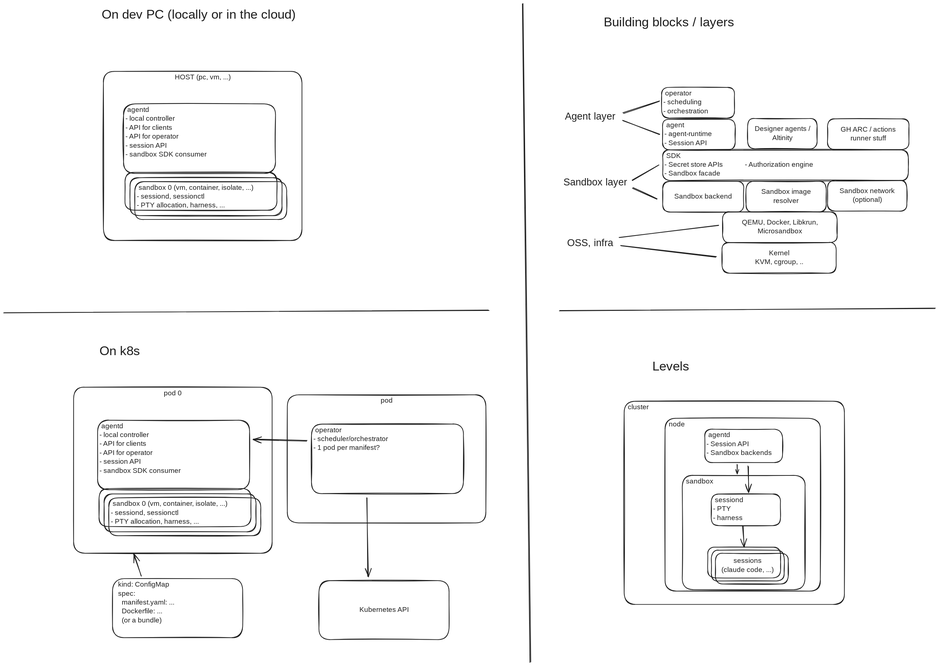
Altinn/altinn-studio keeps this Excalidraw diagram as src/experimental/high-level.excalidraw.svg. Above is the earlier version. Source tidied: one line per element, renumbered; positions are measured from the earlier drawing's top-left corner, leaving out a move shared by most shapes.
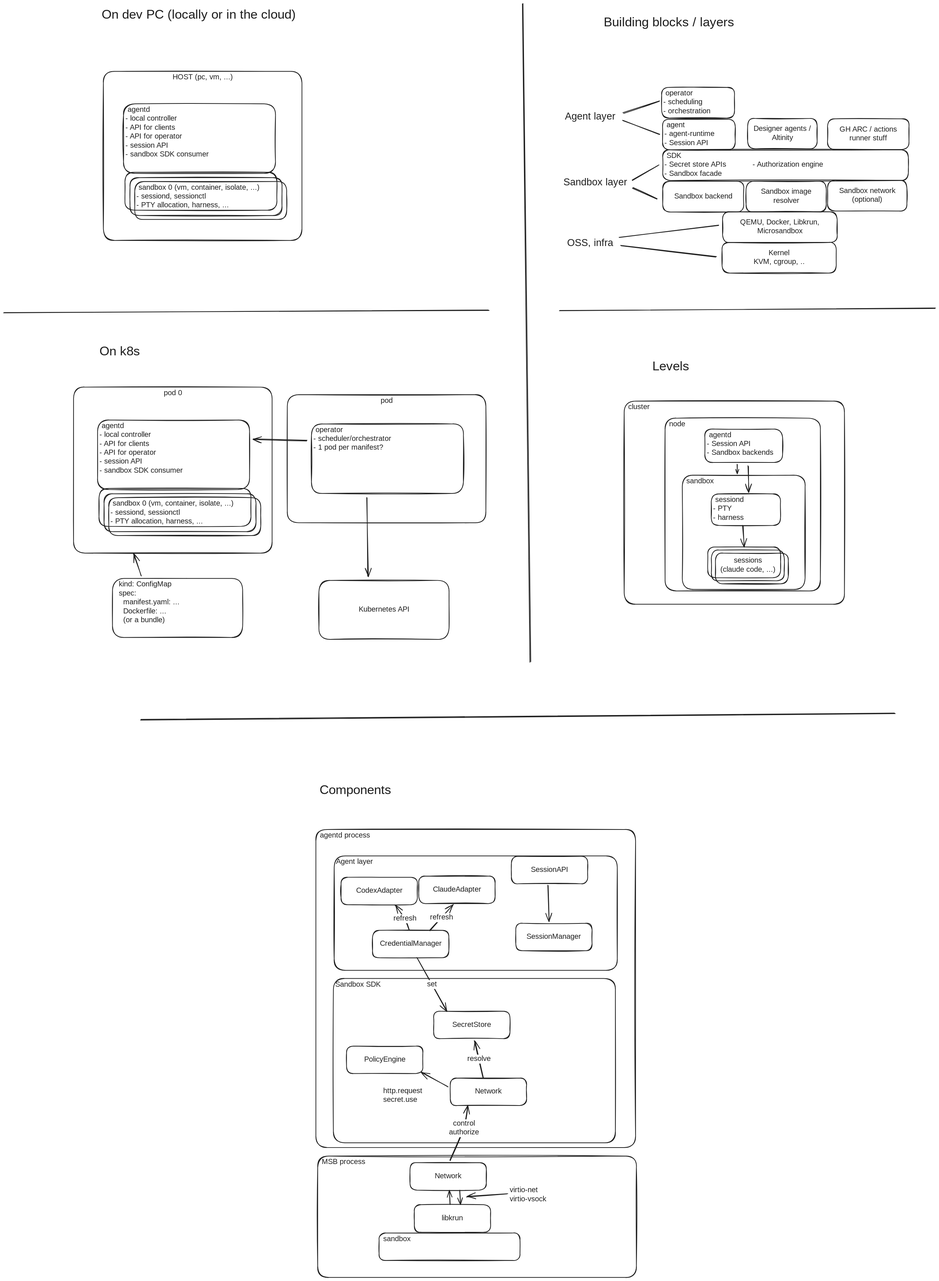
The same diagram one commit later.

Commit message:
chore(docs): more agent platform/sandbox docs

What changed in the source:
```diff
@@ -1,3 +1,5 @@
+{"id": 80, "type": "rectangle", "strokeColor": "#1e1e1e", "strokeWidth": 2, "roughness": 1, "round": true, "x": 875, "y": 2316, "width": 897, "height": 892}
+{"id": 81, "type": "text", "text": " agentd process", "strokeColor": "#1e1e1e", "strokeWidth": 2, "roughness": 1, "fontSize": 20, "fontFamily": 5, "inside": 80, "x": 880, "y": 2321, "width": 157, "height": 25}
 {"id": 0, "type": "rectangle", "strokeColor": "#1e1e1e", "strokeWidth": 2, "roughness": 1, "round": true, "x": 1740, "y": 1114, "width": 618, "height": 570}
 {"id": 1, "type": "text", "text": " cluster", "strokeColor": "#1e1e1e", "strokeWidth": 2, "roughness": 1, "fontSize": 20, "fontFamily": 5, "inside": 0, "x": 1745, "y": 1119, "width": 74, "height": 25}
 {"id": 2, "type": "rectangle", "strokeColor": "#1e1e1e", "strokeWidth": 2, "roughness": 1, "round": true, "x": 279, "y": 189, "width": 557, "height": 474}
@@ -78,3 +80,50 @@
 {"id": 77, "type": "text", "text": " agentd\n- Session API\n- Sandbox backends", "strokeColor": "#1e1e1e", "strokeWidth": 2, "roughness": 1, "fontSize": 20, "fontFamily": 5, "inside": 76, "x": 1971, "y": 1198, "width": 193, "height": 75}
 {"id": 78, "type": "arrow", "strokeColor": "#1e1e1e", "strokeWidth": 2, "roughness": 1, "endArrowhead": "arrow", "round": true, "from": 76, "to": 34, "x": 2057, "y": 1292, "width": 0, "height": 26, "points": [[0, 0], [0, 26]]}
 {"id": 79, "type": "arrow", "strokeColor": "#1e1e1e", "strokeWidth": 2, "roughness": 1, "endArrowhead": "arrow", "round": true, "from": 76, "to": 40, "x": 2088, "y": 1296, "width": 2, "height": 73, "points": [[0, 0], [2, 73]]}
+{"id": 82, "type": "rectangle", "strokeColor": "#1e1e1e", "strokeWidth": 2, "roughness": 1, "round": true, "x": 924, "y": 2734, "width": 791, "height": 461}
+{"id": 83, "type": "text", "text": "Sandbox SDK", "strokeColor": "#1e1e1e", "strokeWidth": 2, "roughness": 1, "fontSize": 20, "fontFamily": 5, "inside": 82, "x": 929, "y": 2739, "width": 129, "height": 25}
+{"id": 84, "type": "rectangle", "strokeColor": "#1e1e1e", "strokeWidth": 2, "roughness": 1, "round": true, "x": 927, "y": 2390, "width": 794, "height": 321}
+{"id": 85, "type": "text", "text": "Agent layer", "strokeColor": "#1e1e1e", "strokeWidth": 2, "roughness": 1, "fontSize": 20, "fontFamily": 5, "inside": 84, "x": 932, "y": 2395, "width": 111, "height": 25}
+{"id": 86, "type": "rectangle", "strokeColor": "#1e1e1e", "strokeWidth": 2, "roughness": 1, "round": true, "x": 1034, "y": 2599, "width": 214, "height": 77}
+{"id": 87, "type": "text", "text": "CredentialManager", "strokeColor": "#1e1e1e", "strokeWidth": 2, "roughness": 1, "fontSize": 20, "fontFamily": 5, "textAlign": "center", "verticalAlign": "middle", "inside": 86, "x": 1053, "y": 2625, "width": 175, "height": 25}
+{"id": 88, "type": "rectangle", "strokeColor": "#1e1e1e", "strokeWidth": 2, "roughness": 1, "round": true, "x": 946, "y": 2450, "width": 214, "height": 77}
+{"id": 89, "type": "text", "text": "CodexAdapter", "strokeColor": "#1e1e1e", "strokeWidth": 2, "roughness": 1, "fontSize": 20, "fontFamily": 5, "textAlign": "center", "verticalAlign": "middle", "inside": 88, "x": 984, "y": 2476, "width": 137, "height": 25}
+{"id": 90, "type": "rectangle", "strokeColor": "#1e1e1e", "strokeWidth": 2, "roughness": 1, "round": true, "x": 1206, "y": 2826, "width": 214, "height": 77}
+{"id": 91, "type": "text", "text": "SecretStore", "strokeColor": "#1e1e1e", "strokeWidth": 2, "roughness": 1, "fontSize": 20, "fontFamily": 5, "textAlign": "center", "verticalAlign": "middle", "inside": 90, "x": 1254, "y": 2852, "width": 117, "height": 25}
+{"id": 92, "type": "rectangle", "strokeColor": "#1e1e1e", "strokeWidth": 2, "roughness": 1, "round": true, "x": 1252, "y": 3013, "width": 214, "height": 77}
+{"id": 93, "type": "text", "text": "Network", "strokeColor": "#1e1e1e", "strokeWidth": 2, "roughness": 1, "fontSize": 20, "fontFamily": 5, "textAlign": "center", "verticalAlign": "middle", "inside": 92, "x": 1320, "y": 3039, "width": 79, "height": 25}
+{"id": 94, "type": "arrow", "strokeColor": "#1e1e1e", "strokeWidth": 2, "roughness": 1, "endArrowhead": "arrow", "round": true, "from": 92, "to": 90, "x": 1344, "y": 3012, "width": 24, "height": 104, "points": [[0, 0], [-24, -104]]}
+{"id": 95, "type": "text", "text": "resolve", "strokeColor": "#1e1e1e", "strokeWidth": 2, "roughness": 1, "fontSize": 20, "fontFamily": 5, "textAlign": "center", "verticalAlign": "middle", "inside": 94, "x": 1030, "y": 2684, "width": 67, "height": 25}
+{"id": 96, "type": "arrow", "strokeColor": "#1e1e1e", "strokeWidth": 2, "roughness": 1, "endArrowhead": "arrow", "round": true, "from": 86, "to": 88, "x": 1137, "y": 2598, "width": 39, "height": 70, "points": [[0, 0], [-12, -31], [-39, -70]]}
+{"id": 97, "type": "text", "text": "refresh", "strokeColor": "#1e1e1e", "strokeWidth": 2, "roughness": 1, "fontSize": 20, "fontFamily": 5, "textAlign": "center", "verticalAlign": "middle", "inside": 96, "x": 941, "y": 2273, "width": 69, "height": 25}
+{"id": 98, "type": "arrow", "strokeColor": "#1e1e1e", "strokeWidth": 2, "roughness": 1, "endArrowhead": "arrow", "round": true, "from": 86, "to": 90, "x": 1159, "y": 2677, "width": 83, "height": 148, "points": [[0, 0], [83, 148]]}
+{"id": 99, "type": "text", "text": "set", "strokeColor": "#1e1e1e", "strokeWidth": 2, "roughness": 1, "fontSize": 20, "fontFamily": 5, "textAlign": "center", "verticalAlign": "middle", "inside": 98, "x": 999, "y": 2472, "width": 33, "height": 25}
+{"id": 100, "type": "rectangle", "strokeColor": "#1e1e1e", "strokeWidth": 2, "roughness": 1, "round": true, "x": 1164, "y": 2447, "width": 214, "height": 77}
+{"id": 101, "type": "text", "text": "ClaudeAdapter", "strokeColor": "#1e1e1e", "strokeWidth": 2, "roughness": 1, "fontSize": 20, "fontFamily": 5, "textAlign": "center", "verticalAlign": "middle", "inside": 100, "x": 1201, "y": 2473, "width": 140, "height": 25}
+{"id": 102, "type": "arrow", "strokeColor": "#1e1e1e", "strokeWidth": 2, "roughness": 1, "endArrowhead": "arrow", "round": true, "from": 86, "to": 100, "x": 1195, "y": 2600, "width": 65, "height": 73, "points": [[0, 0], [65, -73]]}
+{"id": 103, "type": "text", "text": "refresh", "strokeColor": "#1e1e1e", "strokeWidth": 2, "roughness": 1, "fontSize": 20, "fontFamily": 5, "textAlign": "center", "verticalAlign": "middle", "inside": 102, "x": 1053, "y": 2256, "width": 69, "height": 25}
+{"id": 104, "type": "rectangle", "strokeColor": "#1e1e1e", "strokeWidth": 2, "roughness": 1, "round": true, "x": 880, "y": 3232, "width": 894, "height": 340}
+{"id": 105, "type": "text", "text": " MSB process", "strokeColor": "#1e1e1e", "strokeWidth": 2, "roughness": 1, "fontSize": 20, "fontFamily": 5, "inside": 104, "x": 885, "y": 3237, "width": 132, "height": 25}
+{"id": 106, "type": "rectangle", "strokeColor": "#1e1e1e", "strokeWidth": 2, "roughness": 1, "round": true, "x": 1139, "y": 3251, "width": 214, "height": 77}
+{"id": 107, "type": "text", "text": "Network", "strokeColor": "#1e1e1e", "strokeWidth": 2, "roughness": 1, "fontSize": 20, "fontFamily": 5, "textAlign": "center", "verticalAlign": "middle", "inside": 106, "x": 1207, "y": 3277, "width": 79, "height": 25}
+{"id": 108, "type": "rectangle", "strokeColor": "#1e1e1e", "strokeWidth": 2, "roughness": 1, "round": true, "x": 1151, "y": 3369, "width": 214, "height": 77}
+{"id": 109, "type": "text", "text": "libkrun", "strokeColor": "#1e1e1e", "strokeWidth": 2, "roughness": 1, "fontSize": 20, "fontFamily": 5, "textAlign": "center", "verticalAlign": "middle", "inside": 108, "x": 1228, "y": 3395, "width": 61, "height": 25}
+{"id": 110, "type": "arrow", "strokeColor": "#1e1e1e", "strokeWidth": 2, "roughness": 1, "endArrowhead": "arrow", "round": true, "from": 108, "to": 106, "x": 1252, "y": 3368, "width": 2, "height": 40, "points": [[0, 0], [-2, -40]]}
+{"id": 111, "type": "arrow", "strokeColor": "#1e1e1e", "strokeWidth": 2, "roughness": 1, "endArrowhead": "arrow", "round": true, "from": 106, "to": 108, "x": 1279, "y": 3328, "width": 2, "height": 40, "points": [[0, 0], [2, 40]]}
+{"id": 112, "type": "arrow", "strokeColor": "#1e1e1e", "strokeWidth": 2, "roughness": 1, "endArrowhead": "arrow", "round": true, "from": 106, "to": 92, "x": 1251, "y": 3246, "width": 50, "height": 155, "points": [[0, 0], [39, -91], [50, -155]]}
+{"id": 113, "type": "text", "text": "control\nauthorize", "strokeColor": "#1e1e1e", "strokeWidth": 2, "roughness": 1, "fontSize": 20, "fontFamily": 5, "textAlign": "center", "verticalAlign": "middle", "inside": 112, "x": 992, "y": 2857, "width": 93, "height": 50}
+{"id": 114, "type": "rectangle", "strokeColor": "#1e1e1e", "strokeWidth": 2, "roughness": 1, "round": true, "x": 961, "y": 2924, "width": 214, "height": 77}
+{"id": 115, "type": "text", "text": "PolicyEngine", "strokeColor": "#1e1e1e", "strokeWidth": 2, "roughness": 1, "fontSize": 20, "fontFamily": 5, "textAlign": "center", "verticalAlign": "middle", "inside": 114, "x": 1010, "y": 2950, "width": 117, "height": 25}
+{"id": 116, "type": "arrow", "strokeColor": "#1e1e1e", "strokeWidth": 2, "roughness": 1, "endArrowhead": "arrow", "round": true, "from": 92, "to": 114, "x": 1245, "y": 3038, "width": 72, "height": 41, "points": [[0, 0], [-72, -41]]}
+{"id": 117, "type": "text", "text": "http.request\nsecret.use", "strokeColor": "#1e1e1e", "strokeWidth": 2, "roughness": 1, "fontSize": 20, "fontFamily": 5, "verticalAlign": "middle", "x": 1064, "y": 3038, "width": 123, "height": 50}
+{"id": 118, "type": "rectangle", "strokeColor": "#1e1e1e", "strokeWidth": 2, "roughness": 1, "round": true, "x": 1436, "y": 2579, "width": 214, "height": 77}
+{"id": 119, "type": "text", "text": "SessionManager", "strokeColor": "#1e1e1e", "strokeWidth": 2, "roughness": 1, "fontSize": 20, "fontFamily": 5, "textAlign": "center", "verticalAlign": "middle", "inside": 118, "x": 1467, "y": 2605, "width": 151, "height": 25}
+{"id": 120, "type": "rectangle", "strokeColor": "#1e1e1e", "strokeWidth": 2, "roughness": 1, "round": true, "x": 1424, "y": 2391, "width": 214, "height": 77}
+{"id": 121, "type": "text", "text": "SessionAPI", "strokeColor": "#1e1e1e", "strokeWidth": 2, "roughness": 1, "fontSize": 20, "fontFamily": 5, "textAlign": "center", "verticalAlign": "middle", "inside": 120, "x": 1475, "y": 2417, "width": 111, "height": 25}
+{"id": 122, "type": "arrow", "strokeColor": "#1e1e1e", "strokeWidth": 2, "roughness": 1, "endArrowhead": "arrow", "round": true, "from": 120, "to": 118, "x": 1526, "y": 2473, "width": 2, "height": 100, "points": [[0, 0], [2, 100]]}
+{"id": 123, "type": "rectangle", "strokeColor": "#1e1e1e", "strokeWidth": 2, "roughness": 1, "round": true, "x": 1053, "y": 3448, "width": 395, "height": 77}
+{"id": 124, "type": "text", "text": " sandbox", "strokeColor": "#1e1e1e", "strokeWidth": 2, "roughness": 1, "fontSize": 20, "fontFamily": 5, "inside": 123, "x": 1058, "y": 3453, "width": 88, "height": 25}
+{"id": 125, "type": "text", "text": "virtio-net\nvirtio-vsock", "strokeColor": "#1e1e1e", "strokeWidth": 2, "roughness": 1, "fontSize": 20, "fontFamily": 5, "verticalAlign": "middle", "x": 1419, "y": 3316, "width": 114, "height": 50}
+{"id": 126, "type": "arrow", "strokeColor": "#1e1e1e", "strokeWidth": 2, "roughness": 1, "endArrowhead": "arrow", "round": true, "from": 125, "to": 106, "x": 1412, "y": 3338, "width": 113, "height": 9, "points": [[0, 0], [-113, 9]]}
+{"id": 127, "type": "text", "text": "Components", "strokeColor": "#1e1e1e", "strokeWidth": 2, "roughness": 1, "fontSize": 36, "fontFamily": 5, "x": 885, "y": 2185, "width": 206, "height": 45}
+{"id": 128, "type": "line", "strokeColor": "#1e1e1e", "strokeWidth": 2, "roughness": 1, "round": true, "x": 384, "y": 2008, "width": 2115, "height": 18, "points": [[0, 0], [2115, -18]]}
```
